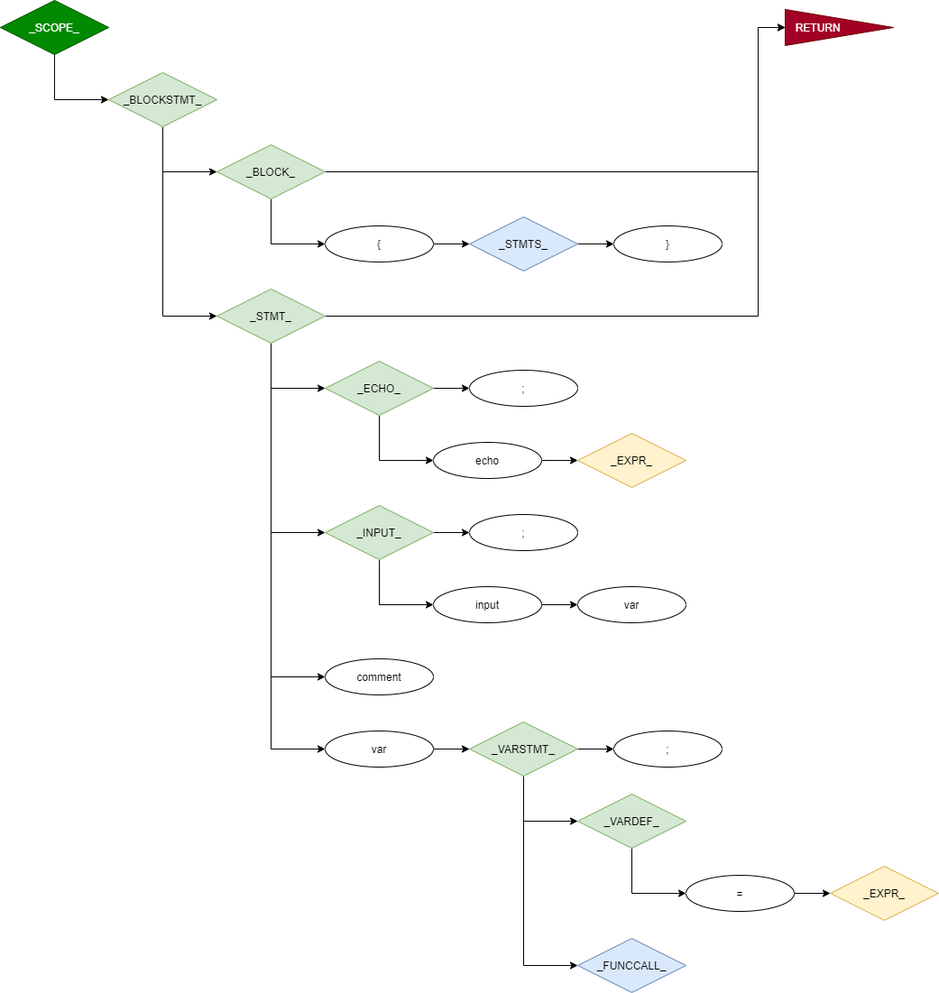
ZacharyYGateley/Compiler keeps this draw.io diagram as README/Images/CFG2-_SCOPE_.png. Above is the earlier version. Source tidied: cells renumbered, new cells last; positions are measured from the earlier drawing's top-left corner, leaving out a move shared by most shapes.
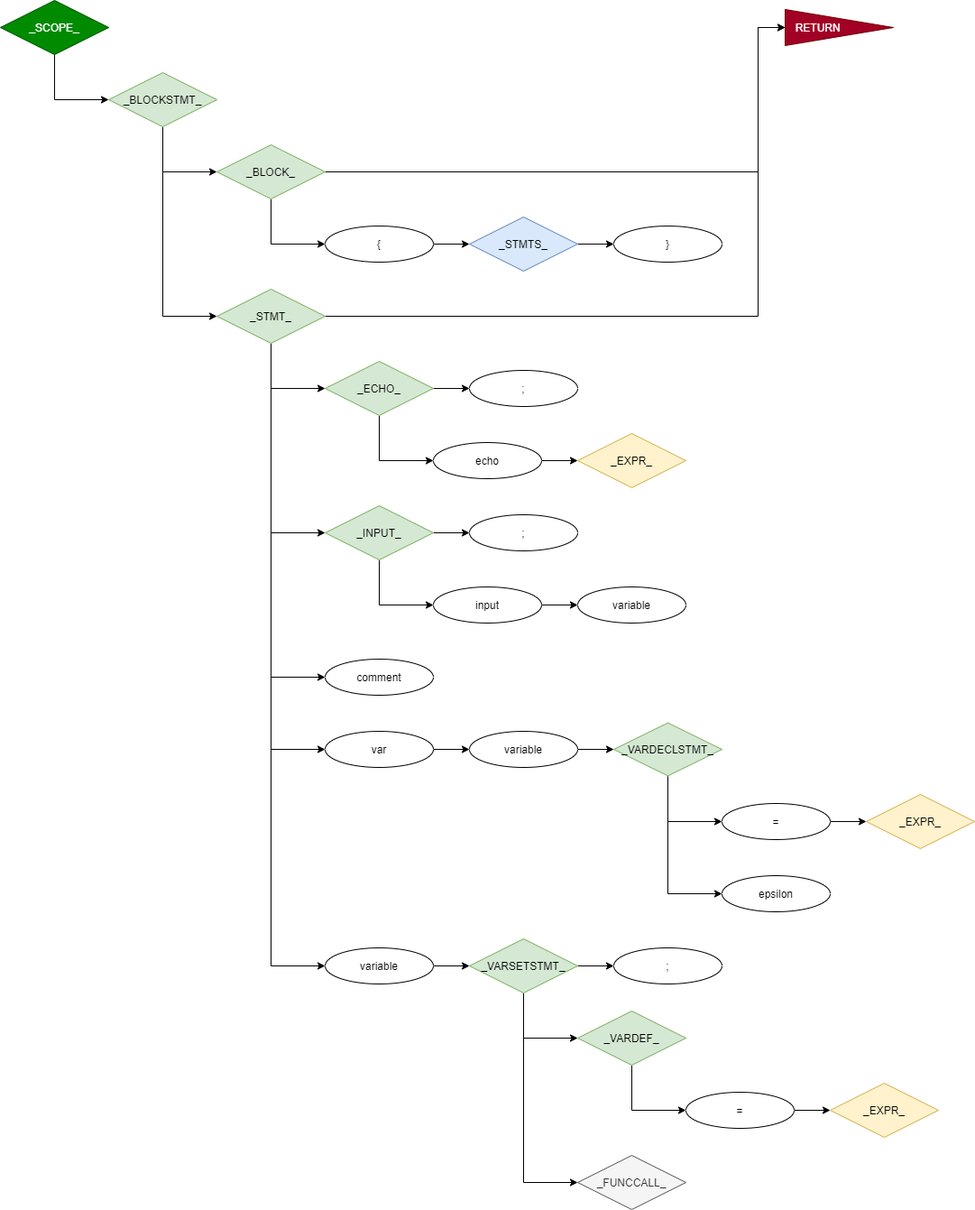
The same file after the commit.

The edit, as a diff of the source:
```diff
@@ -45,6 +45,9 @@
         </Array>
       </mxGeometry>
     </mxCell>
+    <mxCell id="50" style="edgeStyle=orthogonalEdgeStyle;rounded=0;jettySize=auto;html=1;exitX=0.5;exitY=1;exitDx=0;exitDy=0;entryX=0;entryY=0.5;entryDx=0;entryDy=0;" parent="1" edge="1" source="13" target="52">
+      <mxGeometry relative="1" as="geometry" />
+    </mxCell>
     <mxCell id="13" value="_STMT_" style="rhombus;whiteSpace=wrap;html=1;fillColor=#d5e8d4;strokeColor=#82b366;" parent="1" vertex="1">
       <mxGeometry x="240" y="320" width="120" height="60" as="geometry" />
     </mxCell>
@@ -72,8 +75,8 @@
     <mxCell id="21" style="edgeStyle=orthogonalEdgeStyle;rounded=0;jettySize=auto;html=1;exitX=1;exitY=0.5;exitDx=0;exitDy=0;entryX=0;entryY=0.5;entryDx=0;entryDy=0;" parent="1" edge="1" source="22" target="47">
       <mxGeometry relative="1" as="geometry" />
     </mxCell>
-    <mxCell id="22" value="_VARSTMT_" style="rhombus;whiteSpace=wrap;html=1;fillColor=#d5e8d4;strokeColor=#82b366;" parent="1" vertex="1">
-      <mxGeometry x="520" y="800" width="120" height="60" as="geometry" />
+    <mxCell id="22" value="_VARSETSTMT_" style="rhombus;whiteSpace=wrap;html=1;fillColor=#d5e8d4;strokeColor=#82b366;" parent="1" vertex="1">
+      <mxGeometry x="520" y="1040" width="120" height="60" as="geometry" />
     </mxCell>
     <mxCell id="23" style="edgeStyle=orthogonalEdgeStyle;rounded=0;jettySize=auto;html=1;exitX=1;exitY=0.5;exitDx=0;exitDy=0;" parent="1" edge="1" source="24" target="25">
       <mxGeometry relative="1" as="geometry" />
@@ -90,26 +93,26 @@
     <mxCell id="27" style="edgeStyle=orthogonalEdgeStyle;rounded=0;jettySize=auto;html=1;exitX=1;exitY=0.5;exitDx=0;exitDy=0;entryX=0;entryY=0.5;entryDx=0;entryDy=0;" parent="1" edge="1" source="28" target="22">
       <mxGeometry relative="1" as="geometry" />
     </mxCell>
-    <mxCell id="28" value="var" style="ellipse;whiteSpace=wrap;html=1;" parent="1" vertex="1">
-      <mxGeometry x="360" y="810" width="120" height="40" as="geometry" />
+    <mxCell id="28" value="variable" style="ellipse;whiteSpace=wrap;html=1;" parent="1" vertex="1">
+      <mxGeometry x="360" y="1050" width="120" height="40" as="geometry" />
     </mxCell>
     <mxCell id="29" style="edgeStyle=orthogonalEdgeStyle;rounded=0;jettySize=auto;html=1;exitX=0.5;exitY=1;exitDx=0;exitDy=0;entryX=0;entryY=0.5;entryDx=0;entryDy=0;" parent="1" edge="1" source="30" target="32">
       <mxGeometry relative="1" as="geometry" />
     </mxCell>
     <mxCell id="30" value="_VARDEF_" style="rhombus;whiteSpace=wrap;html=1;fillColor=#d5e8d4;strokeColor=#82b366;" parent="1" vertex="1">
-      <mxGeometry x="640" y="880" width="120" height="60" as="geometry" />
+      <mxGeometry x="640" y="1120" width="120" height="60" as="geometry" />
     </mxCell>
     <mxCell id="31" style="edgeStyle=orthogonalEdgeStyle;rounded=0;jettySize=auto;html=1;exitX=1;exitY=0.5;exitDx=0;exitDy=0;entryX=0;entryY=0.5;entryDx=0;entryDy=0;" parent="1" edge="1" source="32" target="34">
       <mxGeometry relative="1" as="geometry" />
     </mxCell>
     <mxCell id="32" value="=" style="ellipse;whiteSpace=wrap;html=1;" parent="1" vertex="1">
-      <mxGeometry x="760" y="970" width="120" height="40" as="geometry" />
+      <mxGeometry x="760" y="1210" width="120" height="40" as="geometry" />
     </mxCell>
-    <mxCell id="33" value="_FUNCCALL_" style="rhombus;whiteSpace=wrap;html=1;fillColor=#dae8fc;strokeColor=#6c8ebf;" parent="1" vertex="1">
-      <mxGeometry x="640" y="1040" width="120" height="60" as="geometry" />
+    <mxCell id="33" value="_FUNCCALL_" style="rhombus;whiteSpace=wrap;html=1;fillColor=#f5f5f5;strokeColor=#666666;fontColor=#333333;" parent="1" vertex="1">
+      <mxGeometry x="640" y="1280" width="120" height="60" as="geometry" />
     </mxCell>
     <mxCell id="34" value="_EXPR_" style="rhombus;whiteSpace=wrap;html=1;fillColor=#fff2cc;strokeColor=#d6b656;" parent="1" vertex="1">
-      <mxGeometry x="920" y="960" width="120" height="60" as="geometry" />
+      <mxGeometry x="920" y="1200" width="120" height="60" as="geometry" />
     </mxCell>
     <mxCell id="35" style="edgeStyle=orthogonalEdgeStyle;rounded=0;jettySize=auto;html=1;exitX=0.5;exitY=1;exitDx=0;exitDy=0;entryX=0;entryY=0.5;entryDx=0;entryDy=0;" parent="1" edge="1" source="37" target="24">
       <mxGeometry relative="1" as="geometry" />
@@ -137,7 +140,7 @@
     <mxCell id="42" value="_INPUT_" style="rhombus;whiteSpace=wrap;html=1;fillColor=#d5e8d4;strokeColor=#82b366;" parent="1" vertex="1">
       <mxGeometry x="360" y="560" width="120" height="60" as="geometry" />
     </mxCell>
-    <mxCell id="43" value="var" style="ellipse;whiteSpace=wrap;html=1;" parent="1" vertex="1">
+    <mxCell id="43" value="variable" style="ellipse;whiteSpace=wrap;html=1;" parent="1" vertex="1">
       <mxGeometry x="640" y="650" width="120" height="40" as="geometry" />
     </mxCell>
     <mxCell id="44" value=";" style="ellipse;whiteSpace=wrap;html=1;" parent="1" vertex="1">
@@ -150,7 +153,7 @@
       <mxGeometry x="360" y="730" width="120" height="40" as="geometry" />
     </mxCell>
     <mxCell id="47" value=";" style="ellipse;whiteSpace=wrap;html=1;" parent="1" vertex="1">
-      <mxGeometry x="680" y="810" width="120" height="40" as="geometry" />
+      <mxGeometry x="680" y="1050" width="120" height="40" as="geometry" />
     </mxCell>
     <mxCell id="48" style="edgeStyle=orthogonalEdgeStyle;rounded=0;jettySize=auto;html=1;exitX=0.5;exitY=1;exitDx=0;exitDy=0;entryX=0;entryY=0.5;entryDx=0;entryDy=0;" parent="1" edge="1" source="49" target="4">
       <mxGeometry relative="1" as="geometry" />
@@ -158,5 +161,38 @@
     <mxCell id="49" value="_SCOPE_" style="rhombus;whiteSpace=wrap;html=1;fillColor=#008a00;strokeColor=#005700;fontColor=#ffffff;" parent="1" vertex="1">
       <mxGeometry width="120" height="60" as="geometry" />
     </mxCell>
+    <mxCell id="51" style="edgeStyle=orthogonalEdgeStyle;rounded=0;jettySize=auto;html=1;" parent="1" edge="1" source="52" target="54">
+      <mxGeometry relative="1" as="geometry" />
+    </mxCell>
+    <mxCell id="52" value="var" style="ellipse;whiteSpace=wrap;html=1;" parent="1" vertex="1">
+      <mxGeometry x="360" y="810" width="120" height="40" as="geometry" />
+    </mxCell>
+    <mxCell id="53" style="edgeStyle=orthogonalEdgeStyle;rounded=0;jettySize=auto;html=1;" parent="1" edge="1" source="54" target="57">
+      <mxGeometry relative="1" as="geometry" />
+    </mxCell>
+    <mxCell id="54" value="variable" style="ellipse;whiteSpace=wrap;html=1;" parent="1" vertex="1">
+      <mxGeometry x="520" y="810" width="120" height="40" as="geometry" />
+    </mxCell>
+    <mxCell id="55" style="edgeStyle=orthogonalEdgeStyle;rounded=0;jettySize=auto;html=1;exitX=0.5;exitY=1;exitDx=0;exitDy=0;entryX=0;entryY=0.5;entryDx=0;entryDy=0;" parent="1" edge="1" source="57" target="59">
+      <mxGeometry relative="1" as="geometry" />
+    </mxCell>
+    <mxCell id="56" style="edgeStyle=orthogonalEdgeStyle;rounded=0;jettySize=auto;html=1;exitX=0.5;exitY=1;exitDx=0;exitDy=0;entryX=0;entryY=0.5;entryDx=0;entryDy=0;" parent="1" edge="1" source="57" target="61">
+      <mxGeometry relative="1" as="geometry" />
+    </mxCell>
+    <mxCell id="57" value="_VARDECLSTMT_" style="rhombus;whiteSpace=wrap;html=1;fillColor=#d5e8d4;strokeColor=#82b366;" parent="1" vertex="1">
+      <mxGeometry x="680" y="800.6" width="120" height="58.8" as="geometry" />
+    </mxCell>
+    <mxCell id="58" style="edgeStyle=orthogonalEdgeStyle;rounded=0;jettySize=auto;html=1;exitX=1;exitY=0.5;exitDx=0;exitDy=0;entryX=0;entryY=0.5;entryDx=0;entryDy=0;" parent="1" edge="1" source="59" target="60">
+      <mxGeometry relative="1" as="geometry" />
+    </mxCell>
+    <mxCell id="59" value="=" style="ellipse;whiteSpace=wrap;html=1;" parent="1" vertex="1">
+      <mxGeometry x="800" y="890" width="120" height="40" as="geometry" />
+    </mxCell>
+    <mxCell id="60" value="_EXPR_" style="rhombus;whiteSpace=wrap;html=1;fillColor=#fff2cc;strokeColor=#d6b656;" parent="1" vertex="1">
+      <mxGeometry x="960" y="880" width="120" height="60" as="geometry" />
+    </mxCell>
+    <mxCell id="61" value="epsilon" style="ellipse;whiteSpace=wrap;html=1;" parent="1" vertex="1">
+      <mxGeometry x="800" y="970" width="120" height="40" as="geometry" />
+    </mxCell>
   </root>
 </mxGraphModel>
```
